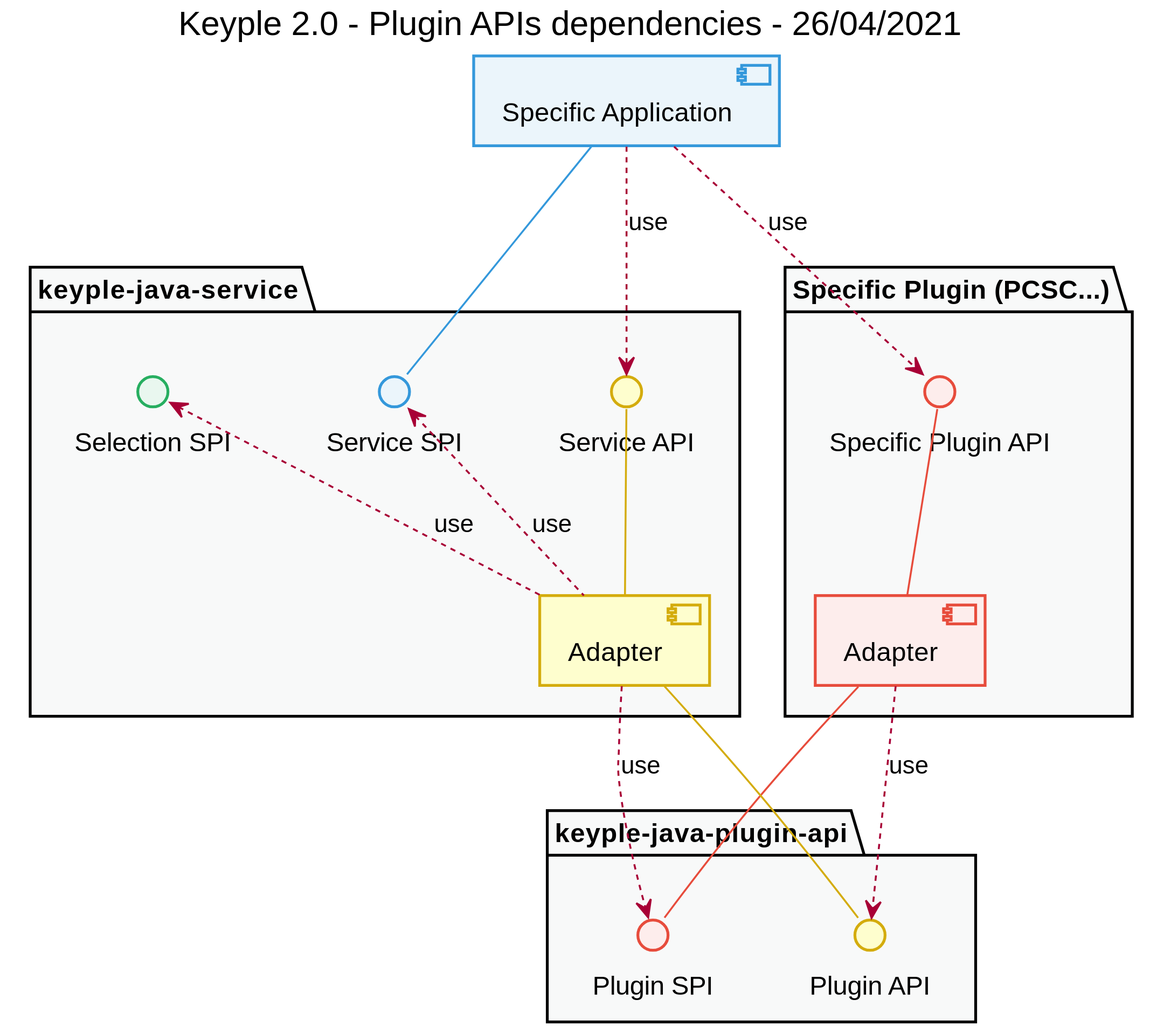
Before: uml/component/keyple_2_0_component_api_plugin_dependencies.svg, a diagram exported from PlantUML (calypsonet/keyple_2_0).
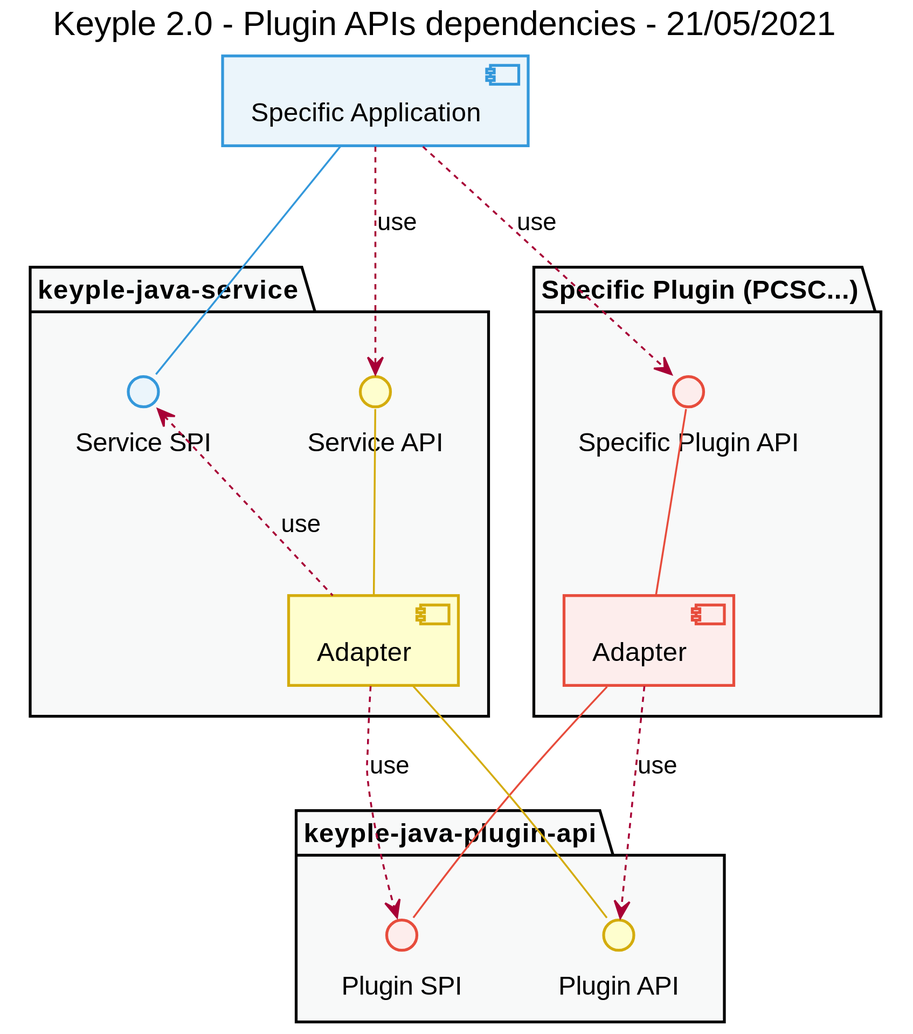
After the change.

The edit, as a diff of the source:
```diff
@@ -1,6 +1,6 @@
 @startuml
 title
-    Keyple 2.0 - Plugin APIs dependencies - 26/04/2021
+    Keyple 2.0 - Plugin APIs dependencies - 21/05/2021
 end title
 
 
@@ -58,7 +58,6 @@
 package "keyple-java-service" as packService {
     interface "Service API" as serviceApi
     interface "Service SPI" as serviceSpi <<blue>>
-    interface "Selection SPI" as selectionSpi <<green>>
     [Adapter] as service
 }
 package "Specific Plugin (PCSC...)" as packPlugin {
@@ -84,7 +83,6 @@
 application ..> serviceApi : use
 
 service .up.> serviceSpi : use
-service .up.> selectionSpi : use
 service ..> pluginSpi : use
 
 plugin ..> pluginApi : use
```
